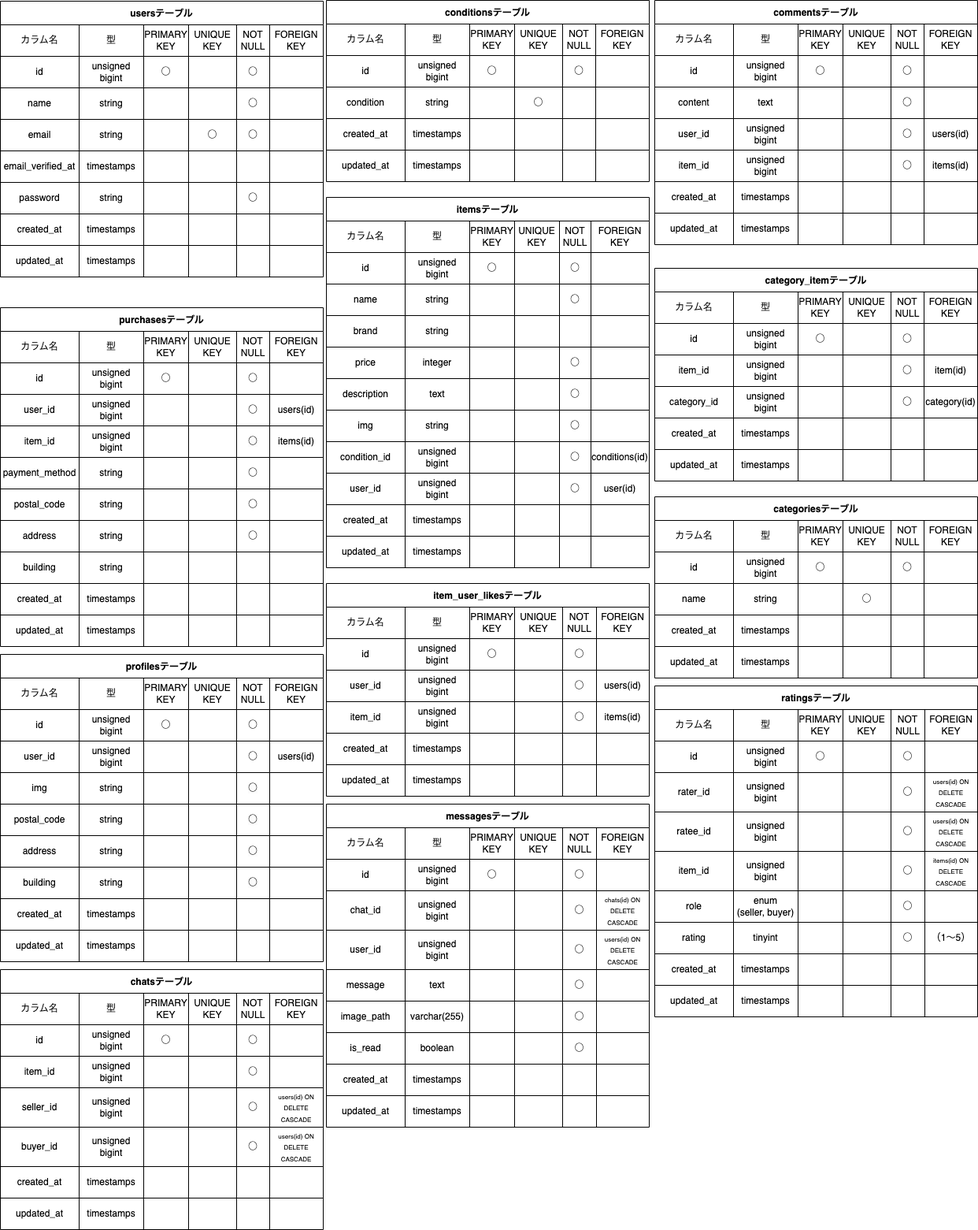
Above: table.drawio.png in youhonami/furima (draw.io), before the change. Source tidied: cells renumbered, new cells last; positions are measured from the earlier drawing's top-left corner, leaving out a move shared by most shapes.
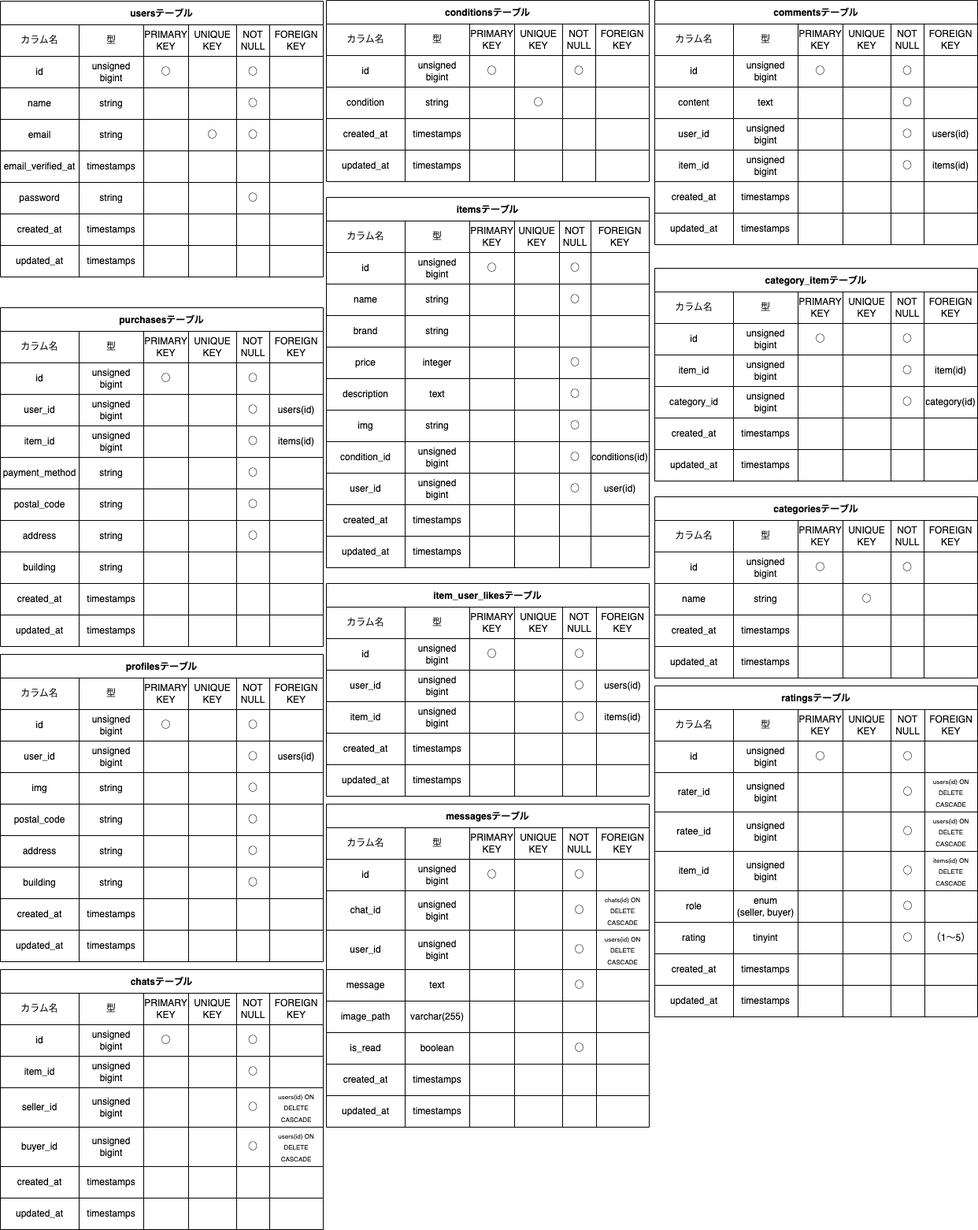
After the change.

Diff of the diagram source:
```diff
@@ -1712,7 +1712,7 @@
     <mxCell id="571" style="shape=partialRectangle;html=1;whiteSpace=wrap;fillColor=none;top=0;left=0;bottom=0;right=0;overflow=hidden;" parent="567" vertex="1">
       <mxGeometry x="239" width="61" height="40" as="geometry" />
     </mxCell>
-    <mxCell id="572" value="&lt;span style=&quot;color: rgb(0, 0, 0);&quot;&gt;○&lt;/span&gt;" style="shape=partialRectangle;html=1;whiteSpace=wrap;fillColor=none;top=0;left=0;bottom=0;right=0;overflow=hidden;" parent="567" vertex="1">
+    <mxCell id="572" style="shape=partialRectangle;html=1;whiteSpace=wrap;fillColor=none;top=0;left=0;bottom=0;right=0;overflow=hidden;" parent="567" vertex="1">
       <mxGeometry x="300" width="43" height="40" as="geometry" />
     </mxCell>
     <mxCell id="573" style="shape=partialRectangle;html=1;whiteSpace=wrap;fillColor=none;top=0;left=0;bottom=0;right=0;overflow=hidden;" parent="567" vertex="1">
```
